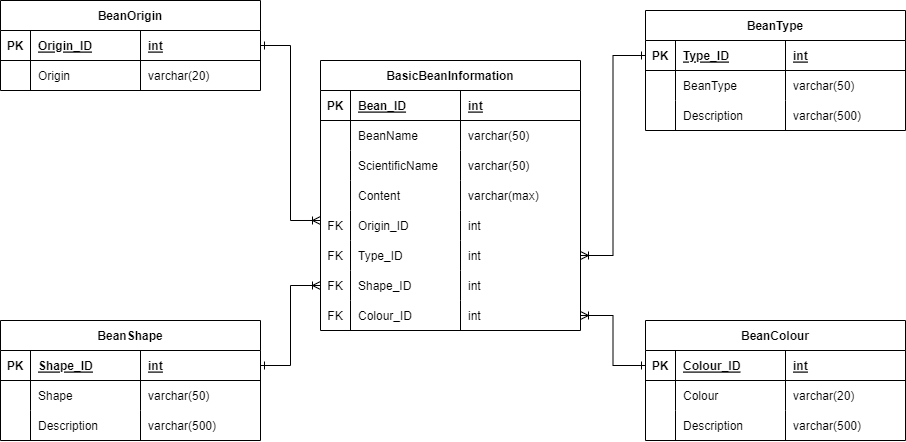
The draw.io diagram ERD/BRD.drawio.png in BBD-Beanpedia/Beanpedia, before a commit. Source tidied: cells renumbered, new cells last; positions are measured from the earlier drawing's top-left corner, leaving out a move shared by most shapes.
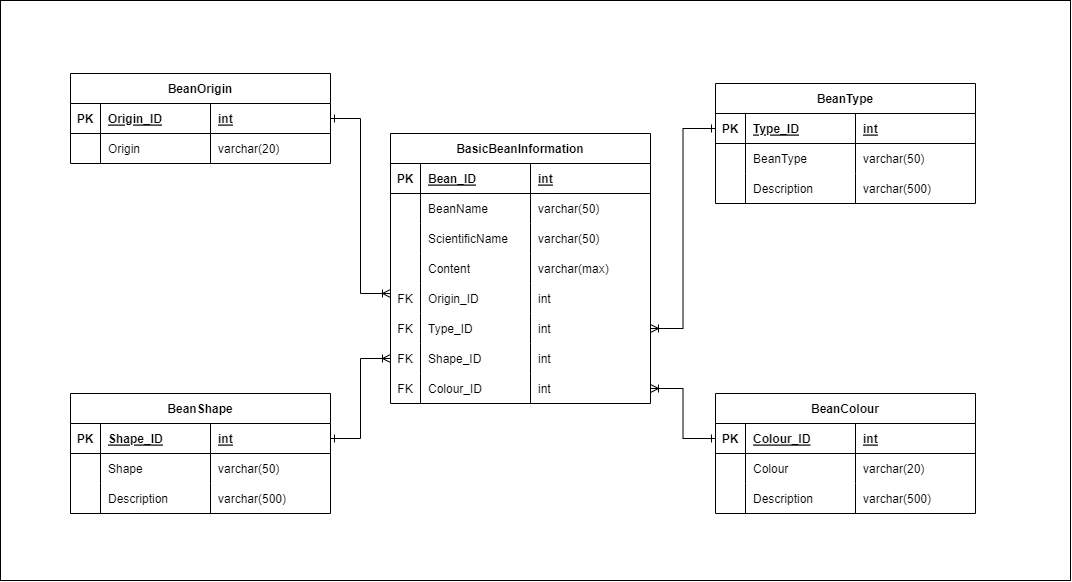
After the commit.

Diff of the diagram source:
```diff
@@ -2,6 +2,9 @@
   <root>
     <mxCell id="0" />
     <mxCell id="1" parent="0" />
+    <mxCell id="87" style="rounded=0;whiteSpace=wrap;html=1;" parent="1" vertex="1">
+      <mxGeometry x="-70" y="-73" width="1070" height="580" as="geometry" />
+    </mxCell>
     <mxCell id="2" value="BeanShape" style="shape=table;startSize=30;rowLines=0;fontStyle=1;align=center;" parent="1" vertex="1">
       <mxGeometry y="320" width="260" height="120" as="geometry" />
     </mxCell>
```
